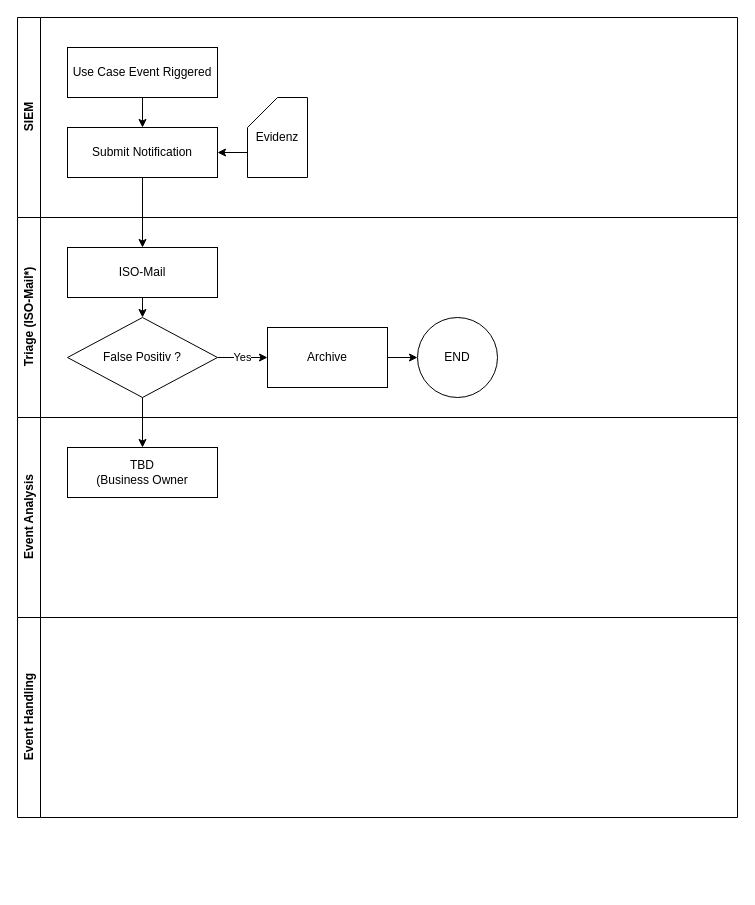
Before: SIEM Prozess.drawio in harry-boe/soc-p, a draw.io diagram. Source tidied: cells renumbered, new cells numbered last; positions are measured from the earlier drawing's top-left corner, leaving out a move shared by most shapes. Both pictures are drawn from the tidied source at 100%, with x=0, y=0 at pixel (17, 17).
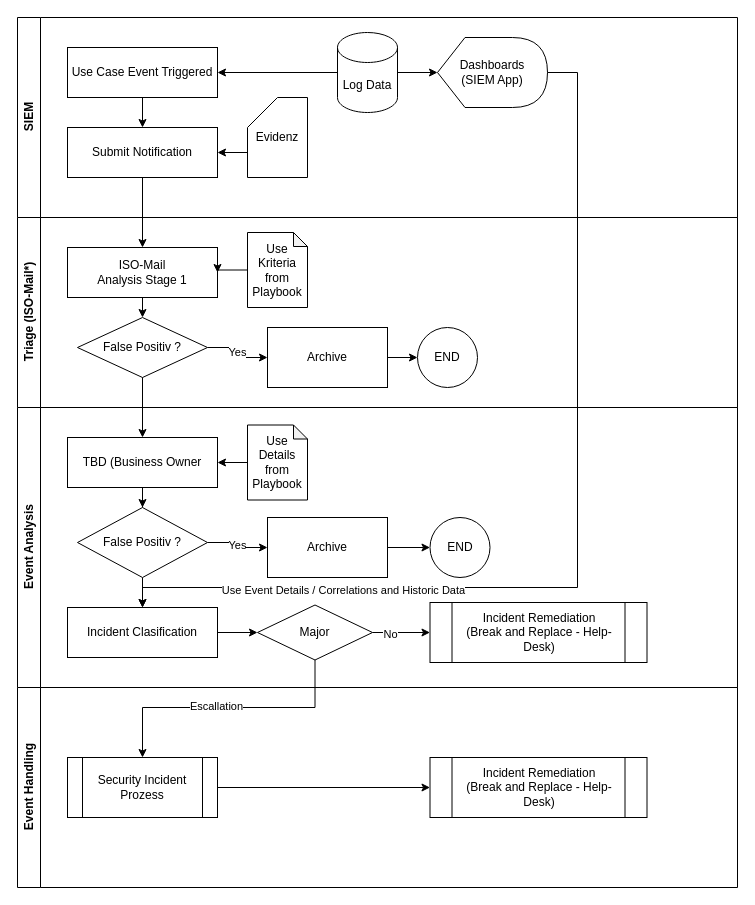
The same diagram, later.

The change refers to these unchanged cells:
```xml
<mxCell id="2" value="SIEM" style="swimlane;horizontal=0;whiteSpace=wrap;html=1;" parent="1" vertex="1">
  <mxGeometry width="720" height="200" as="geometry" />
</mxCell>
```

What changed in the source:
```diff
@@
     <mxCell id="3" value="Triage (ISO-Mail*)" style="swimlane;horizontal=0;whiteSpace=wrap;html=1;" parent="2" vertex="1">
-      <mxGeometry y="200" width="720" height="200" as="geometry" />
+      <mxGeometry y="200" width="720" height="190" as="geometry" />
     </mxCell>
@@
-    <mxCell id="5" value="ISO-Mail" style="rounded=0;whiteSpace=wrap;html=1;" parent="3" vertex="1">
+    <mxCell id="5" value="ISO-Mail&lt;div&gt;Analysis Stage 1&lt;/div&gt;" style="rounded=0;whiteSpace=wrap;html=1;" parent="3" vertex="1">
       <mxGeometry x="50" y="30" width="150" height="50" as="geometry" />
     </mxCell>
@@
     <mxCell id="7" value="False Positiv ?" style="rhombus;whiteSpace=wrap;html=1;" parent="3" vertex="1">
-      <mxGeometry x="50" y="100" width="150" height="80" as="geometry" />
+      <mxGeometry x="60" y="100" width="130" height="60" as="geometry" />
     </mxCell>
@@
     <mxCell id="10" value="END" style="ellipse;whiteSpace=wrap;html=1;" parent="3" vertex="1">
-      <mxGeometry x="400" y="100" width="80" height="80" as="geometry" />
+      <mxGeometry x="400" y="110" width="60" height="60" as="geometry" />
     </mxCell>
+    <mxCell id="21" style="edgeStyle=orthogonalEdgeStyle;rounded=0;jettySize=auto;html=1;exitX=0;exitY=0.5;exitDx=0;exitDy=0;exitPerimeter=0;entryX=1;entryY=0.5;entryDx=0;entryDy=0;" parent="3" edge="1" source="22" target="5">
+      <mxGeometry relative="1" as="geometry" />
+    </mxCell>
+    <mxCell id="22" value="Use Kriteria from Playbook" style="shape=note;whiteSpace=wrap;html=1;backgroundOutline=1;darkOpacity=0.05;size=14;" parent="3" vertex="1">
+      <mxGeometry x="230" y="15" width="60" height="75" as="geometry" />
+    </mxCell>
@@
-    <mxCell id="12" value="Use Case Event Riggered" style="rounded=0;whiteSpace=wrap;html=1;" parent="2" vertex="1">
+    <mxCell id="12" value="Use Case Event Triggered" style="rounded=0;whiteSpace=wrap;html=1;" parent="2" vertex="1">
       <mxGeometry x="50" y="30" width="150" height="50" as="geometry" />
     </mxCell>
@@
+    <mxCell id="23" style="edgeStyle=orthogonalEdgeStyle;rounded=0;jettySize=auto;html=1;exitX=0;exitY=0.5;exitDx=0;exitDy=0;exitPerimeter=0;entryX=1;entryY=0.5;entryDx=0;entryDy=0;" parent="2" edge="1" source="24" target="12">
+      <mxGeometry relative="1" as="geometry" />
+    </mxCell>
+    <mxCell id="24" value="Log Data" style="shape=cylinder3;whiteSpace=wrap;html=1;boundedLbl=1;backgroundOutline=1;size=15;" parent="2" vertex="1">
+      <mxGeometry x="320" y="15" width="60" height="80" as="geometry" />
+    </mxCell>
+    <mxCell id="25" value="Dashboards&lt;br&gt;(SIEM App)" style="shape=display;whiteSpace=wrap;html=1;" parent="2" vertex="1">
+      <mxGeometry x="420" y="20" width="110" height="70" as="geometry" />
+    </mxCell>
+    <mxCell id="26" style="edgeStyle=orthogonalEdgeStyle;rounded=0;jettySize=auto;html=1;exitX=1;exitY=0.5;exitDx=0;exitDy=0;exitPerimeter=0;entryX=0;entryY=0.5;entryDx=0;entryDy=0;entryPerimeter=0;" parent="2" edge="1" source="24" target="25">
+      <mxGeometry relative="1" as="geometry" />
+    </mxCell>
     <mxCell id="17" value="Event Analysis" style="swimlane;horizontal=0;whiteSpace=wrap;html=1;" parent="1" vertex="1">
-      <mxGeometry y="400" width="720" height="200" as="geometry" />
+      <mxGeometry y="390" width="720" height="280" as="geometry" />
     </mxCell>
     <mxCell id="18" value="Event Handling" style="swimlane;horizontal=0;whiteSpace=wrap;html=1;" parent="17" vertex="1">
-      <mxGeometry y="200" width="720" height="200" as="geometry" />
+      <mxGeometry y="280" width="720" height="200" as="geometry" />
     </mxCell>
+    <mxCell id="27" style="edgeStyle=orthogonalEdgeStyle;rounded=0;jettySize=auto;html=1;exitX=1;exitY=0.5;exitDx=0;exitDy=0;entryX=0;entryY=0.5;entryDx=0;entryDy=0;" parent="18" edge="1" source="28" target="29">
+      <mxGeometry relative="1" as="geometry" />
+    </mxCell>
+    <mxCell id="28" value="Security Incident&lt;br&gt;Prozess" style="shape=process;whiteSpace=wrap;html=1;backgroundOutline=1;" parent="18" vertex="1">
+      <mxGeometry x="50" y="70" width="150" height="60" as="geometry" />
+    </mxCell>
+    <mxCell id="29" value="Incident Remediation&lt;br&gt;(Break and Replace - Help-Desk)" style="shape=process;whiteSpace=wrap;html=1;backgroundOutline=1;" parent="18" vertex="1">
+      <mxGeometry x="412.5" y="70" width="217" height="60" as="geometry" />
+    </mxCell>
+    <mxCell id="30" style="edgeStyle=orthogonalEdgeStyle;rounded=0;jettySize=auto;html=1;exitX=0.5;exitY=1;exitDx=0;exitDy=0;" parent="17" edge="1" source="19" target="35">
+      <mxGeometry relative="1" as="geometry" />
+    </mxCell>
-    <mxCell id="19" value="TBD&lt;br&gt;(Business Owner" style="rounded=0;whiteSpace=wrap;html=1;" parent="17" vertex="1">
+    <mxCell id="19" value="TBD (Business Owner" style="rounded=0;whiteSpace=wrap;html=1;" parent="17" vertex="1">
       <mxGeometry x="50" y="30" width="150" height="50" as="geometry" />
     </mxCell>
+    <mxCell id="31" style="edgeStyle=orthogonalEdgeStyle;rounded=0;jettySize=auto;html=1;exitX=0;exitY=0.5;exitDx=0;exitDy=0;exitPerimeter=0;entryX=1;entryY=0.5;entryDx=0;entryDy=0;" parent="17" edge="1" source="32" target="19">
+      <mxGeometry relative="1" as="geometry" />
+    </mxCell>
+    <mxCell id="32" value="Use Details from Playbook" style="shape=note;whiteSpace=wrap;html=1;backgroundOutline=1;darkOpacity=0.05;size=14;" parent="17" vertex="1">
+      <mxGeometry x="230" y="17.5" width="60" height="75" as="geometry" />
+    </mxCell>
+    <mxCell id="33" value="Yes" style="edgeStyle=orthogonalEdgeStyle;rounded=0;jettySize=auto;html=1;exitX=1;exitY=0.5;exitDx=0;exitDy=0;entryX=0;entryY=0.5;entryDx=0;entryDy=0;" parent="17" edge="1" source="35" target="37">
+      <mxGeometry relative="1" as="geometry" />
+    </mxCell>
+    <mxCell id="34" style="edgeStyle=orthogonalEdgeStyle;rounded=0;jettySize=auto;html=1;exitX=0.5;exitY=1;exitDx=0;exitDy=0;entryX=0.5;entryY=0;entryDx=0;entryDy=0;" parent="17" edge="1" source="35" target="40">
+      <mxGeometry relative="1" as="geometry" />
+    </mxCell>
+    <mxCell id="35" value="False Positiv ?" style="rhombus;whiteSpace=wrap;html=1;" parent="17" vertex="1">
+      <mxGeometry x="60" y="100" width="130" height="70" as="geometry" />
+    </mxCell>
+    <mxCell id="36" style="edgeStyle=orthogonalEdgeStyle;rounded=0;jettySize=auto;html=1;exitX=1;exitY=0.5;exitDx=0;exitDy=0;entryX=0;entryY=0.5;entryDx=0;entryDy=0;" parent="17" edge="1" source="37" target="38">
+      <mxGeometry relative="1" as="geometry" />
+    </mxCell>
+    <mxCell id="37" value="Archive" style="rounded=0;whiteSpace=wrap;html=1;" parent="17" vertex="1">
+      <mxGeometry x="250" y="110" width="120" height="60" as="geometry" />
+    </mxCell>
+    <mxCell id="38" value="END" style="ellipse;whiteSpace=wrap;html=1;" parent="17" vertex="1">
+      <mxGeometry x="412.5" y="110" width="60" height="60" as="geometry" />
+    </mxCell>
+    <mxCell id="39" style="edgeStyle=orthogonalEdgeStyle;rounded=0;jettySize=auto;html=1;exitX=1;exitY=0.5;exitDx=0;exitDy=0;entryX=0;entryY=0.5;entryDx=0;entryDy=0;" parent="17" edge="1" source="40" target="45">
+      <mxGeometry relative="1" as="geometry" />
+    </mxCell>
+    <mxCell id="40" value="Incident Clasification" style="rounded=0;whiteSpace=wrap;html=1;" parent="17" vertex="1">
+      <mxGeometry x="50" y="200" width="150" height="50" as="geometry" />
+    </mxCell>
+    <mxCell id="41" style="edgeStyle=orthogonalEdgeStyle;rounded=0;jettySize=auto;html=1;exitX=1;exitY=0.5;exitDx=0;exitDy=0;entryX=0;entryY=0.5;entryDx=0;entryDy=0;" parent="17" edge="1" source="45" target="46">
+      <mxGeometry relative="1" as="geometry" />
+    </mxCell>
+    <mxCell id="42" value="No" style="edgeLabel;html=1;align=center;verticalAlign=middle;" parent="41" vertex="1">
+      <mxGeometry x="-0.42" y="-1" relative="1" as="geometry" />
+    </mxCell>
+    <mxCell id="43" style="edgeStyle=orthogonalEdgeStyle;rounded=0;jettySize=auto;html=1;exitX=0.5;exitY=1;exitDx=0;exitDy=0;entryX=0.5;entryY=0;entryDx=0;entryDy=0;" parent="17" edge="1" source="45" target="28">
+      <mxGeometry relative="1" as="geometry">
+        <Array as="points">
+          <mxPoint x="298" y="300" />
+          <mxPoint x="125" y="300" />
+        </Array>
+      </mxGeometry>
+    </mxCell>
+    <mxCell id="44" value="Escallation" style="edgeLabel;html=1;align=center;verticalAlign=middle;" parent="43" vertex="1">
+      <mxGeometry x="0.09" y="-2" relative="1" as="geometry" />
+    </mxCell>
+    <mxCell id="45" value="Major" style="rhombus;whiteSpace=wrap;html=1;" parent="17" vertex="1">
+      <mxGeometry x="240" y="197.5" width="115" height="55" as="geometry" />
+    </mxCell>
+    <mxCell id="46" value="Incident Remediation&lt;br&gt;(Break and Replace - Help-Desk)" style="shape=process;whiteSpace=wrap;html=1;backgroundOutline=1;" parent="17" vertex="1">
+      <mxGeometry x="412.5" y="195" width="217" height="60" as="geometry" />
+    </mxCell>
@@
+    <mxCell id="47" style="edgeStyle=orthogonalEdgeStyle;rounded=0;jettySize=auto;html=1;exitX=1;exitY=0.5;exitDx=0;exitDy=0;exitPerimeter=0;entryX=0.5;entryY=0;entryDx=0;entryDy=0;" parent="1" edge="1" source="25" target="40">
+      <mxGeometry relative="1" as="geometry">
+        <Array as="points">
+          <mxPoint x="560" y="55" />
+          <mxPoint x="560" y="570" />
+          <mxPoint x="125" y="570" />
+        </Array>
+      </mxGeometry>
+    </mxCell>
+    <mxCell id="48" value="Use Event Details / Correlations and Historic Data" style="edgeLabel;html=1;align=center;verticalAlign=middle;" parent="47" vertex="1">
+      <mxGeometry x="0.56" y="2" relative="1" as="geometry" />
+    </mxCell>
```
